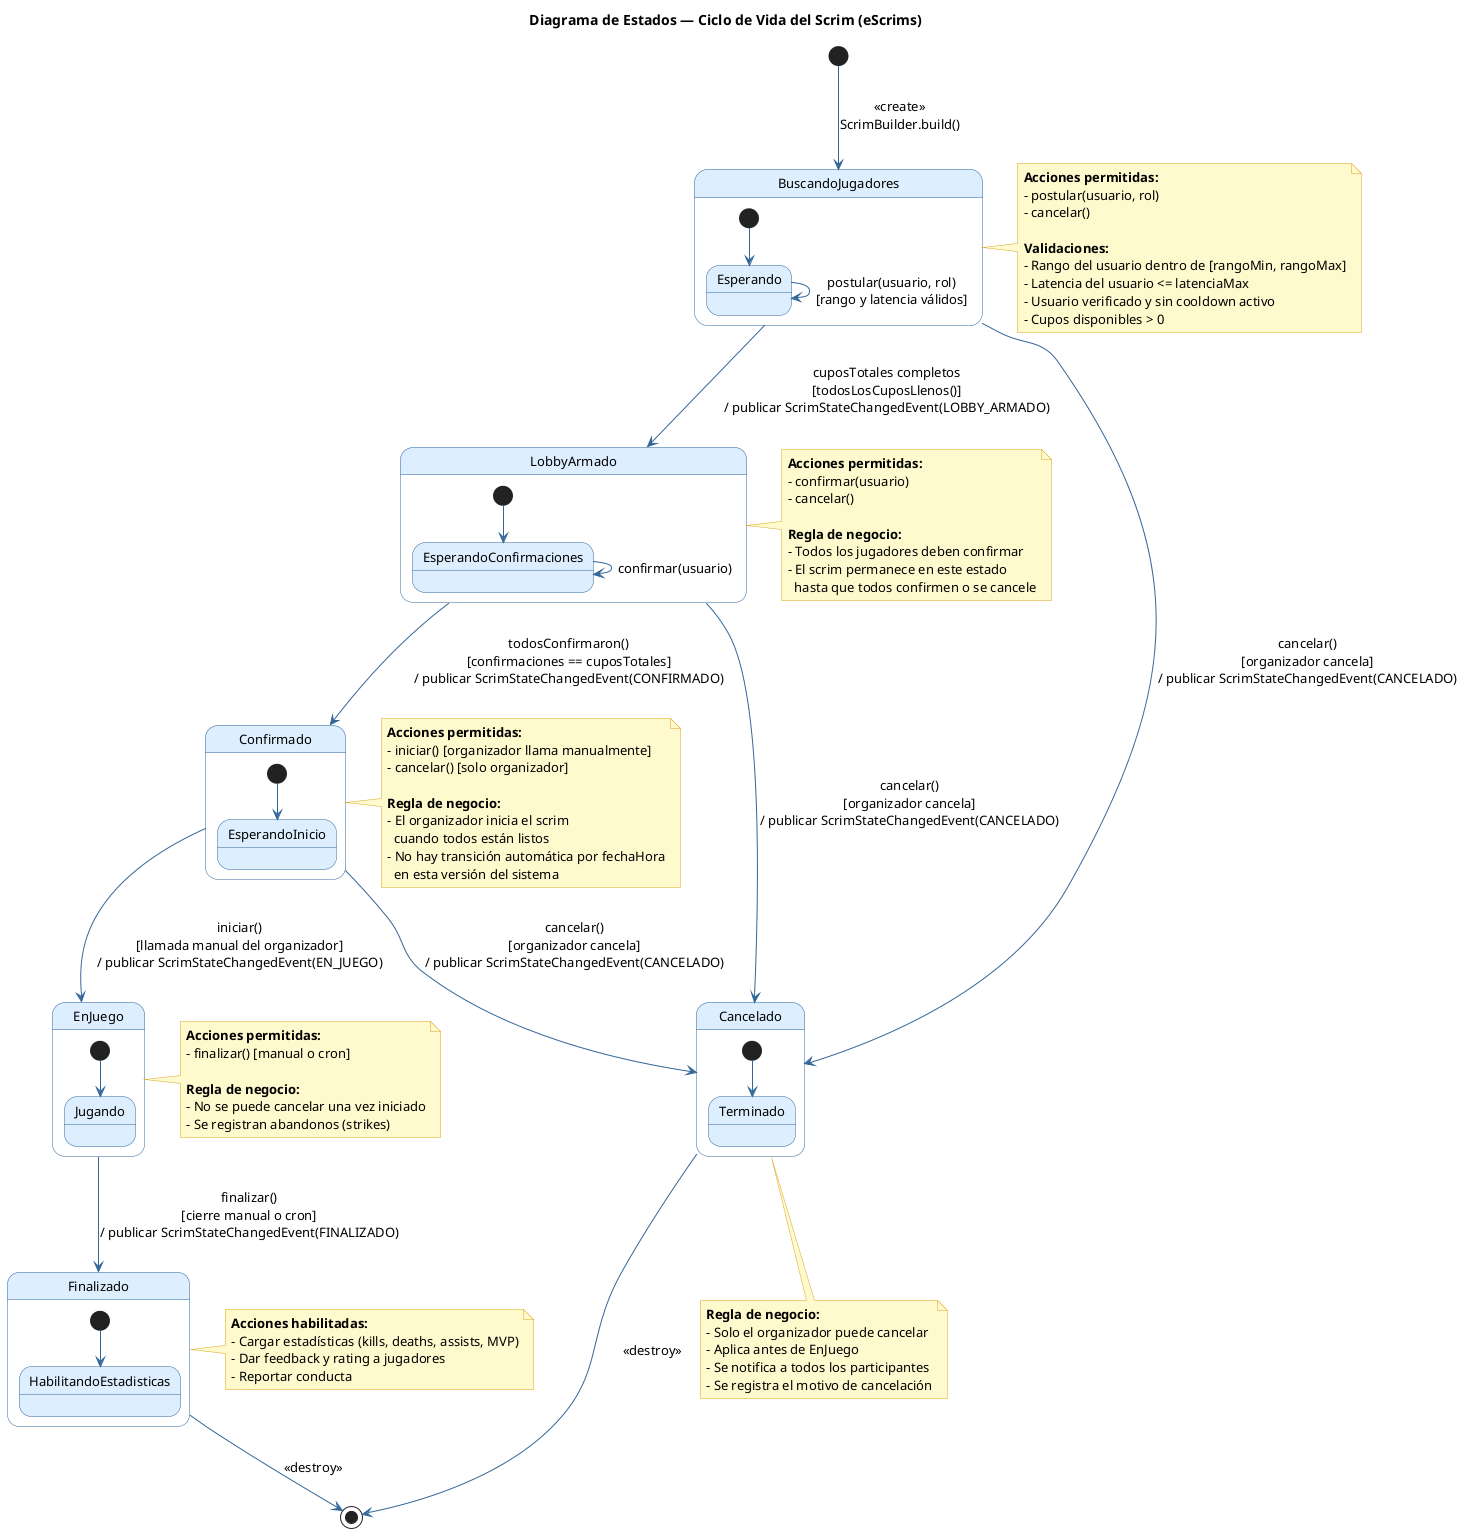
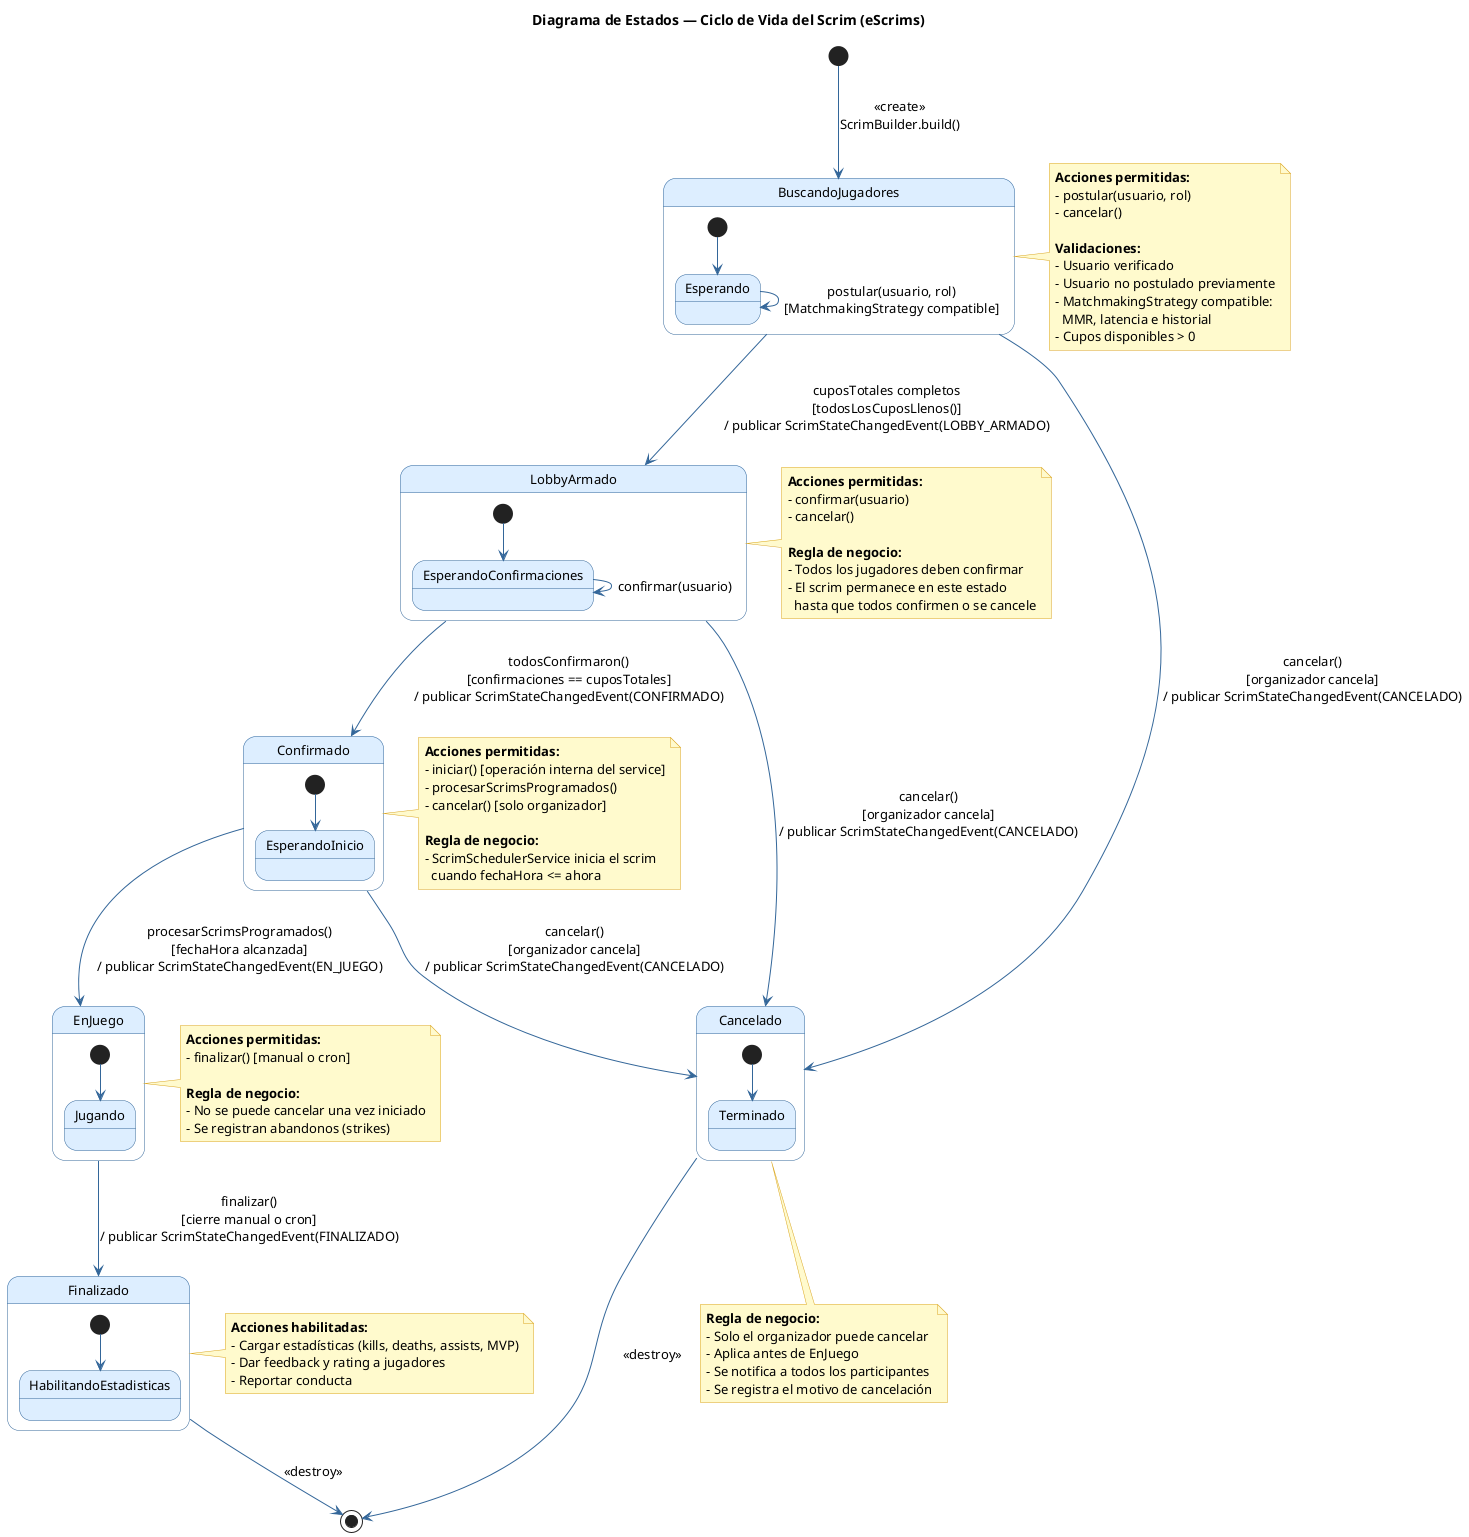
@startuml eScrims - Diagrama de Estados del Scrim

skinparam stateFontSize 13
skinparam stateBackgroundColor #DDEEFF
skinparam stateBorderColor #336699
skinparam arrowColor #336699
skinparam noteBackgroundColor #FFFACD
skinparam noteBorderColor #DAA520

title Diagrama de Estados — Ciclo de Vida del Scrim (eScrims)

[*] --> BuscandoJugadores : <<create>>\nScrimBuilder.build()

state BuscandoJugadores {
    [*] --> Esperando
-     Esperando --> Esperando : postular(usuario, rol)\n[rango y latencia válidos]
+     Esperando --> Esperando : postular(usuario, rol)\n[MatchmakingStrategy compatible]
}

state LobbyArmado {
    [*] --> EsperandoConfirmaciones
    EsperandoConfirmaciones --> EsperandoConfirmaciones : confirmar(usuario)
}

state Confirmado {
    [*] --> EsperandoInicio
}

state EnJuego {
    [*] --> Jugando
}

state Finalizado {
    [*] --> HabilitandoEstadisticas
}

state Cancelado {
    [*] --> Terminado
}

BuscandoJugadores --> LobbyArmado : cuposTotales completos\n[todosLosCuposLlenos()]\n/ publicar ScrimStateChangedEvent(LOBBY_ARMADO)

BuscandoJugadores --> Cancelado : cancelar()\n[organizador cancela]\n/ publicar ScrimStateChangedEvent(CANCELADO)

LobbyArmado --> Confirmado : todosConfirmaron()\n[confirmaciones == cuposTotales]\n/ publicar ScrimStateChangedEvent(CONFIRMADO)

LobbyArmado --> Cancelado : cancelar()\n[organizador cancela]\n/ publicar ScrimStateChangedEvent(CANCELADO)

- Confirmado --> EnJuego : iniciar()\n[llamada manual del organizador]\n/ publicar ScrimStateChangedEvent(EN_JUEGO)
+ Confirmado --> EnJuego : procesarScrimsProgramados()\n[fechaHora alcanzada]\n/ publicar ScrimStateChangedEvent(EN_JUEGO)

Confirmado --> Cancelado : cancelar()\n[organizador cancela]\n/ publicar ScrimStateChangedEvent(CANCELADO)

EnJuego --> Finalizado : finalizar()\n[cierre manual o cron]\n/ publicar ScrimStateChangedEvent(FINALIZADO)

Finalizado --> [*] : <<destroy>>
Cancelado --> [*] : <<destroy>>

note right of BuscandoJugadores
  **Acciones permitidas:**
  - postular(usuario, rol)
  - cancelar()

  **Validaciones:**
-   - Rango del usuario dentro de [rangoMin, rangoMax]
-   - Latencia del usuario <= latenciaMax
-   - Usuario verificado y sin cooldown activo
+   - Usuario verificado
+   - Usuario no postulado previamente
+   - MatchmakingStrategy compatible:
+     MMR, latencia e historial
  - Cupos disponibles > 0
end note

note right of LobbyArmado
  **Acciones permitidas:**
  - confirmar(usuario)
  - cancelar()

  **Regla de negocio:**
  - Todos los jugadores deben confirmar
  - El scrim permanece en este estado
    hasta que todos confirmen o se cancele
end note

note right of Confirmado
  **Acciones permitidas:**
-   - iniciar() [organizador llama manualmente]
+   - iniciar() [operación interna del service]
+   - procesarScrimsProgramados()
  - cancelar() [solo organizador]

  **Regla de negocio:**
-   - El organizador inicia el scrim
-     cuando todos están listos
-   - No hay transición automática por fechaHora
-     en esta versión del sistema
+   - ScrimSchedulerService inicia el scrim
+     cuando fechaHora <= ahora
end note

note right of EnJuego
  **Acciones permitidas:**
  - finalizar() [manual o cron]

  **Regla de negocio:**
  - No se puede cancelar una vez iniciado
  - Se registran abandonos (strikes)
end note

note right of Finalizado
  **Acciones habilitadas:**
  - Cargar estadísticas (kills, deaths, assists, MVP)
  - Dar feedback y rating a jugadores
  - Reportar conducta
end note

note bottom of Cancelado
  **Regla de negocio:**
  - Solo el organizador puede cancelar
  - Aplica antes de EnJuego
  - Se notifica a todos los participantes
  - Se registra el motivo de cancelación
end note

@enduml
